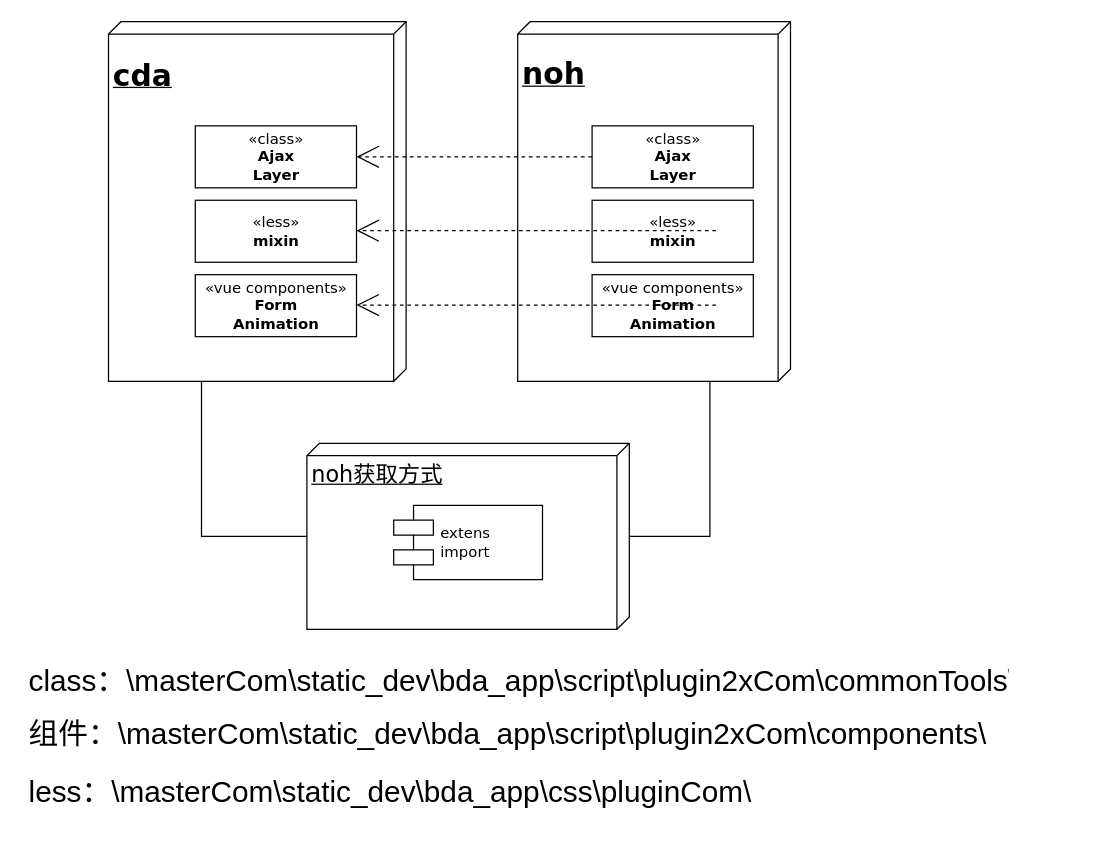
Earlier version of the draw.io diagram Untitled Diagram.drawio (wait-for-the-wind/diagrams). Source tidied: cells renumbered, new cells numbered last; positions are measured from the earlier drawing's top-left corner, leaving out a move shared by most shapes. Both pictures are drawn from the tidied source at 124%, with x=0, y=0 at pixel (21, 21).
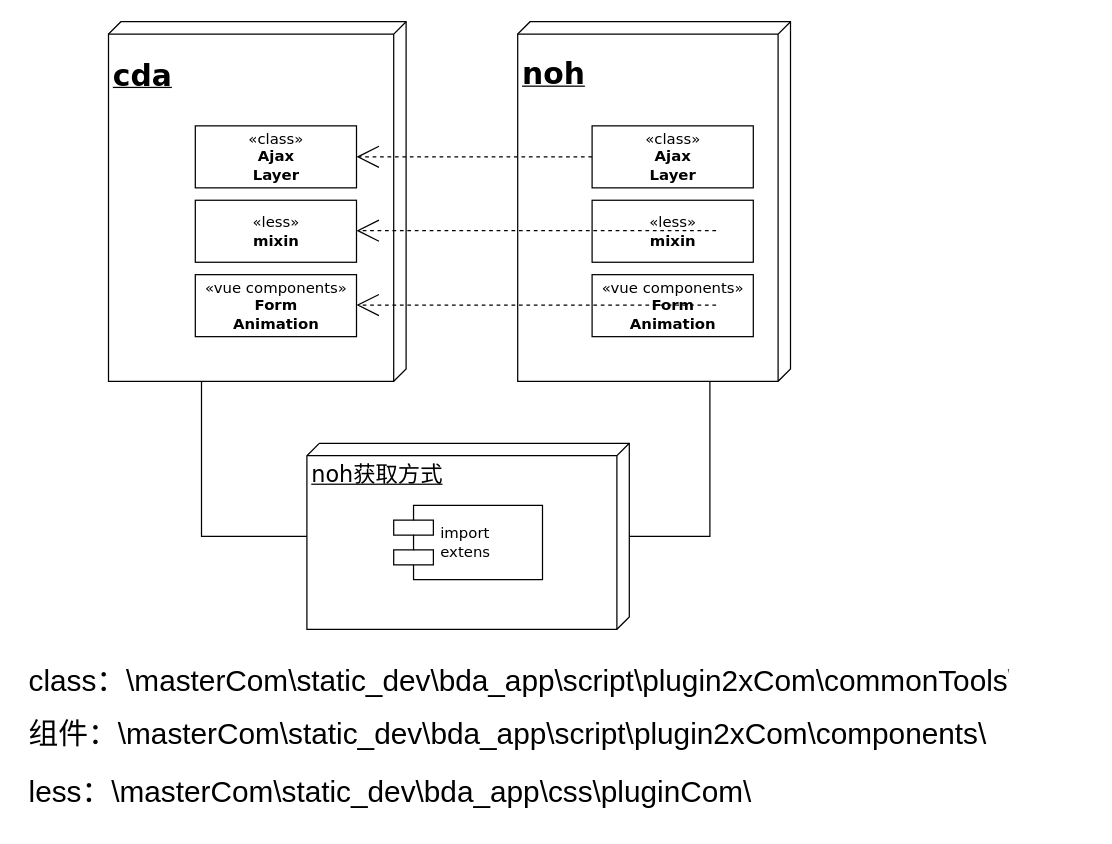
Above is the later version.

The edit, as a diff of the source:
```diff
@@
-    <mxCell id="6" value="extens&lt;br&gt;import" style="shape=component;align=left;spacingLeft=36;rounded=0;shadow=0;comic=0;labelBackgroundColor=none;strokeWidth=1;fontFamily=Verdana;fontSize=12;html=1;" parent="1" vertex="1">
+    <mxCell id="6" value="import&lt;br&gt;extens" style="shape=component;align=left;spacingLeft=36;rounded=0;shadow=0;comic=0;labelBackgroundColor=none;strokeWidth=1;fontFamily=Verdana;fontSize=12;html=1;" parent="1" vertex="1">
       <mxGeometry x="300" y="390" width="120" height="60" as="geometry" />
     </mxCell>
```
